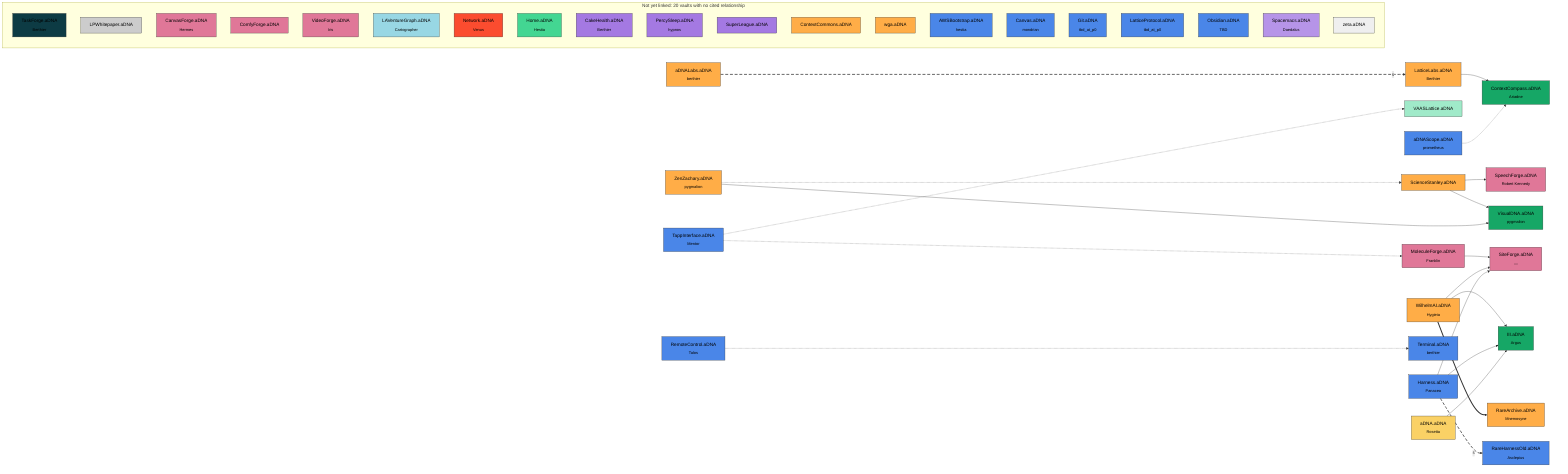
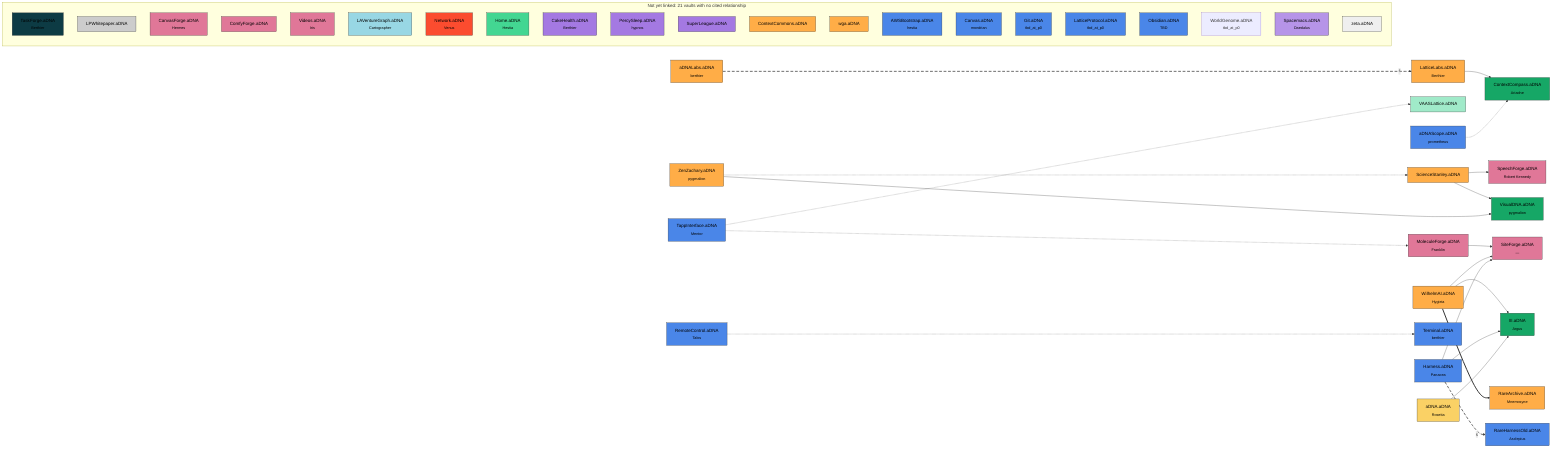
flowchart LR
  MoleculeForge_aDNA["MoleculeForge.aDNA<br><sub>Franklin</sub>"]:::classforge
  SiteForge_aDNA["SiteForge.aDNA<br><sub>—</sub>"]:::classforge
  SpeechForge_aDNA["SpeechForge.aDNA<br><sub>Robert Kennedy</sub>"]:::classforge
  ContextCompass_aDNA["ContextCompass.aDNA<br><sub>Ariadne</sub>"]:::classframework
  III_aDNA["III.aDNA<br><sub>Argus</sub>"]:::classframework
  visualdna["VisualDNA.aDNA<br><sub>pygmalion</sub>"]:::classframework
  VAASLattice_aDNA["VAASLattice.aDNA"]:::classframeworkcandidate
  adnalabs["aDNALabs.aDNA<br><sub>berthier</sub>"]:::classorgvault
  LatticeLabs_aDNA["LatticeLabs.aDNA<br><sub>Berthier</sub>"]:::classorgvault
  RareArchive_aDNA["RareArchive.aDNA<br><sub>Mnemosyne</sub>"]:::classorgvault
  sciencestanley["ScienceStanley.aDNA"]:::classorgvault
  WilhelmAI_aDNA["WilhelmAI.aDNA<br><sub>Hygieia</sub>"]:::classorgvault
  zenzachary["ZenZachary.aDNA<br><sub>pygmalion</sub>"]:::classorgvault
  adnascope["aDNAScope.aDNA<br><sub>prometheus</sub>"]:::classplatform
  Harness_aDNA["Harness.aDNA<br><sub>Panacea</sub>"]:::classplatform
  RareHarnessOld_aDNA["RareHarnessOld.aDNA<br><sub>Asclepius</sub>"]:::classplatform
  RemoteControl_aDNA["RemoteControl.aDNA<br><sub>Talos</sub>"]:::classplatform
  TappInterface_aDNA["TappInterface.aDNA<br><sub>Mentor</sub>"]:::classplatform
  terminal["Terminal.aDNA<br><sub>berthier</sub>"]:::classplatform
  aDNA_aDNA["aDNA.aDNA<br><sub>Rosetta</sub>"]:::classstandarddev

-   subgraph orphans["Not yet linked: 20 vaults with no cited relationship"]
+   subgraph orphans["Not yet linked: 21 vaults with no cited relationship"]
    direction TB
    TaskForge_aDNA["TaskForge.aDNA<br><sub>Berthier</sub>"]:::classcoordination
    LPWhitepaper_aDNA["LPWhitepaper.aDNA"]:::classdocument
    CanvasForge_aDNA["CanvasForge.aDNA<br><sub>Hermes</sub>"]:::classforge
    ComfyForge_aDNA["ComfyForge.aDNA"]:::classforge
-     VideoForge_aDNA["VideoForge.aDNA<br><sub>Iris</sub>"]:::classforge
+     Videos_aDNA["Videos.aDNA<br><sub>Iris</sub>"]:::classforge
    LAVentureGraph_aDNA["LAVentureGraph.aDNA<br><sub>Cartographer</sub>"]:::classknowledgegraph
    Network_aDNA["Network.aDNA<br><sub>Venus</sub>"]:::classnetwork
    Home_aDNA["Home.aDNA<br><sub>Hestia</sub>"]:::classnodeoperational
    CakeHealth_aDNA["CakeHealth.aDNA<br><sub>Berthier</sub>"]:::classorggraph
    percysleep["PercySleep.aDNA<br><sub>hypnos</sub>"]:::classorggraph
    SuperLeague_aDNA["SuperLeague.aDNA"]:::classorggraph
    ContextCommons_aDNA["ContextCommons.aDNA"]:::classorgvault
    wga_aDNA["wga.aDNA"]:::classorgvault
    awsbootstrap["AWSBootstrap.aDNA<br><sub>hestia</sub>"]:::classplatform
    canvas["Canvas.aDNA<br><sub>mondrian</sub>"]:::classplatform
    git["Git.aDNA<br><sub>tbd_at_p0</sub>"]:::classplatform
    latticeprotocol["LatticeProtocol.aDNA<br><sub>tbd_at_p0</sub>"]:::classplatform
    Obsidian_aDNA["Obsidian.aDNA<br><sub>TBD</sub>"]:::classplatform
+     worldgenome["WorldGenome.aDNA<br><sub>tbd_at_p0</sub>"]:::classtbdatp0
    Spacemacs_aDNA["Spacemacs.aDNA<br><sub>Daedalus</sub>"]:::classtooling
    zeta_aDNA["zeta.aDNA"]:::classworkspace
  end

  MoleculeForge_aDNA --> SiteForge_aDNA
  adnalabs -.->|s| LatticeLabs_aDNA
  LatticeLabs_aDNA --> ContextCompass_aDNA
  sciencestanley --> SpeechForge_aDNA
  sciencestanley --> visualdna
  WilhelmAI_aDNA --> SiteForge_aDNA
  WilhelmAI_aDNA --> III_aDNA
  WilhelmAI_aDNA ==> RareArchive_aDNA
  zenzachary -.-> sciencestanley
  zenzachary --> visualdna
  adnascope -.-> ContextCompass_aDNA
  Harness_aDNA --> SiteForge_aDNA
  Harness_aDNA --> III_aDNA
  Harness_aDNA -.->|s| RareHarnessOld_aDNA
  RemoteControl_aDNA -.-> terminal
  TappInterface_aDNA -.-> MoleculeForge_aDNA
  TappInterface_aDNA -.-> VAASLattice_aDNA
  aDNA_aDNA --> III_aDNA
  linkStyle 1,13 stroke-width:2.5px,stroke-dasharray:10 6

  classDef classforge fill:#e07798,stroke:#333,color:#000
  classDef classframework fill:#16a766,stroke:#333,color:#000
  classDef classframeworkcandidate fill:#a0eac9,stroke:#333,color:#000
  classDef classplatform fill:#4a86e8,stroke:#333,color:#000
  classDef classorgvault fill:#ffad47,stroke:#333,color:#000
  classDef classstandarddev fill:#fad165,stroke:#333,color:#000
  classDef classorggraph fill:#a479e2,stroke:#333,color:#000
  classDef classnetwork fill:#fb4c2f,stroke:#333,color:#000
  classDef classnodeoperational fill:#43d692,stroke:#333,color:#000
  classDef classcoordination fill:#0d3b44,stroke:#333,color:#000
  classDef classdocument fill:#cccccc,stroke:#333,color:#000
  classDef classknowledgegraph fill:#98d7e4,stroke:#333,color:#000
  classDef classtooling fill:#b694e8,stroke:#333,color:#000
  classDef classworkspace fill:#efefef,stroke:#333,color:#000
  classDef classsuperseded fill:#666666,stroke:#333,color:#000
